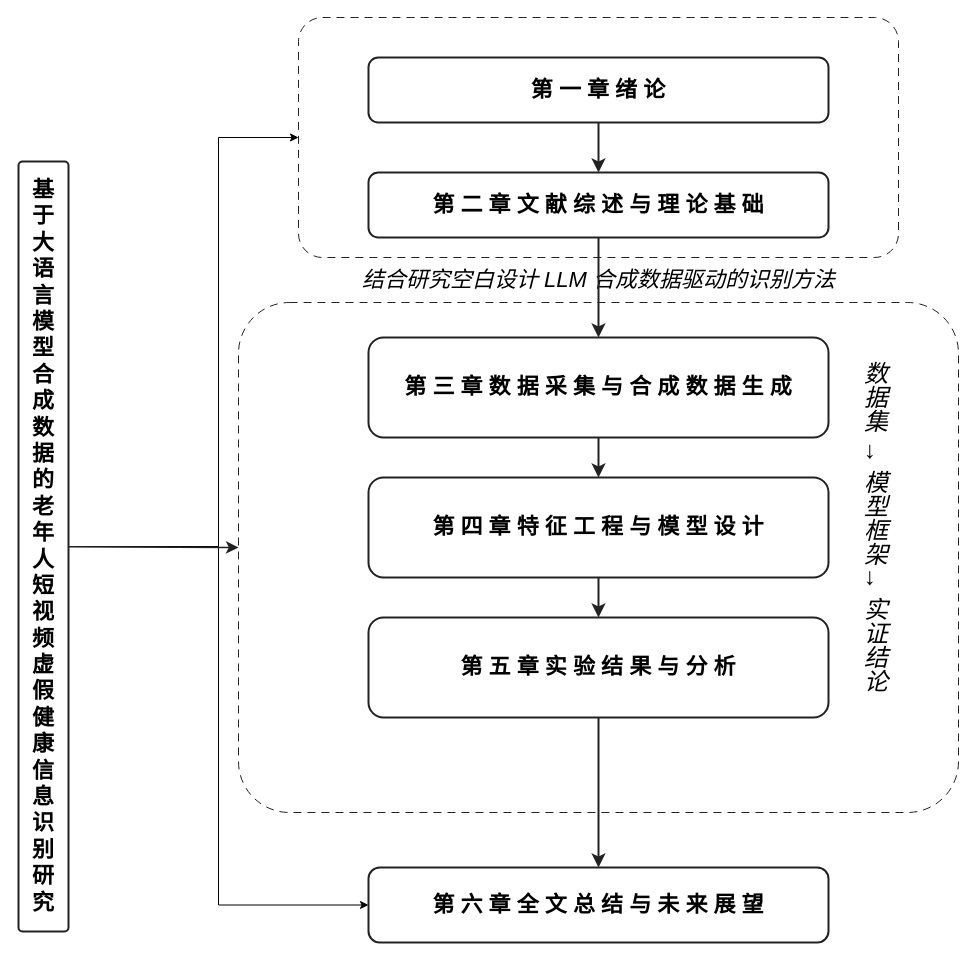
This is 论文章节组织结构图.drawio from few2022/paper-reading, a draw.io file, before an edit. Source tidied: cells renumbered, new cells numbered last; positions are measured from the earlier drawing's top-left corner, leaving out a move shared by most shapes. Both pictures are drawn from the tidied source at 100%, with x=0, y=0 at pixel (18, 17).
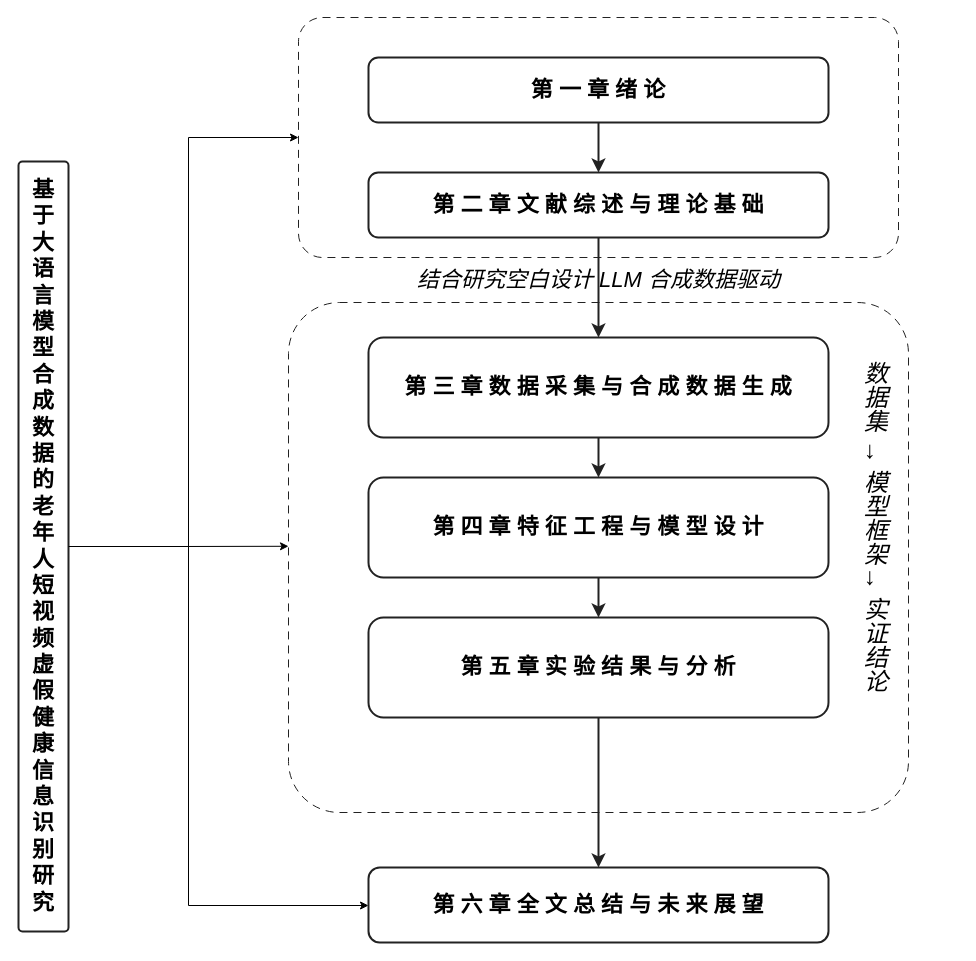
Above is the later version.

Commit message (it also covers changes not shown here):
更新论文章节组织结构图.drawio

The change refers to these unchanged cells:
```xml
<mxCell id="4" value="基 于 大 语 言 模 型 合 成 数 据 的 老 年 人 短 视 频 虚 假 健 康 信 息 识 别 研 究" style="rounded=1;whiteSpace=wrap;html=1;fillColor=#FFFFFF;strokeColor=#222222;fontColor=#000000;fontSize=22;fontStyle=1;align=center;verticalAlign=middle;arcSize=8;strokeWidth=2;" parent="1" vertex="1">
  <mxGeometry y="144" width="50" height="770" as="geometry" />
</mxCell>
<mxCell id="16" value="第 六 章   全 文 总 结 与 未 来 展 望" style="rounded=1;whiteSpace=wrap;html=1;fillColor=#FFFFFF;strokeColor=#222222;fontColor=#000000;fontSize=22;fontStyle=1;align=center;verticalAlign=middle;arcSize=15;strokeWidth=2;" parent="1" vertex="1">
  <mxGeometry x="350" y="850" width="460" height="75" as="geometry" />
</mxCell>
<mxCell id="20" style="rounded=1;whiteSpace=wrap;html=1;fillColor=none;strokeColor=#222222;fontColor=#000000;fontSize=22;fontStyle=1;align=left;verticalAlign=top;dashed=1;dashPattern=8 6;arcSize=10;spacingLeft=12;spacingTop=8;" parent="1" vertex="1">
  <mxGeometry x="280" width="600" height="240" as="geometry" />
</mxCell>
```

Diff of the diagram source:
```diff
@@
     <mxCell id="2" style="edgeStyle=orthogonalEdgeStyle;rounded=0;jettySize=auto;html=1;" parent="1" edge="1" source="4" target="16">
-      <mxGeometry relative="1" as="geometry" />
+      <mxGeometry relative="1" as="geometry">
+        <Array as="points">
+          <mxPoint x="170" y="529" />
+          <mxPoint x="170" y="888" />
+        </Array>
+      </mxGeometry>
     </mxCell>
-    <mxCell id="3" style="edgeStyle=orthogonalEdgeStyle;rounded=0;jettySize=auto;html=1;exitX=1;exitY=0.5;exitDx=0;exitDy=0;entryX=0;entryY=0.5;entryDx=0;entryDy=0;" parent="1" edge="1" source="4" target="20">
+    <mxCell id="3" style="edgeStyle=orthogonalEdgeStyle;rounded=0;jettySize=auto;html=1;" parent="1" edge="1" source="4" target="20">
       <mxGeometry relative="1" as="geometry">
         <Array as="points">
-          <mxPoint x="200" y="529" />
-          <mxPoint x="200" y="120" />
+          <mxPoint x="170" y="529" />
+          <mxPoint x="170" y="120" />
         </Array>
       </mxGeometry>
     </mxCell>
@@
-    <mxCell id="8" value="结合研究空白设计  LLM 合成数据驱动的识别方法" style="text;html=1;align=center;fontSize=22;fontColor=#000000;fontStyle=2;" parent="1" vertex="1">
+    <mxCell id="8" value="结合研究空白设计  LLM 合成数据驱动" style="text;html=1;align=center;fontSize=22;fontColor=#000000;fontStyle=2;" parent="1" vertex="1">
       <mxGeometry x="350" y="243" width="460" height="28" as="geometry" />
     </mxCell>
     <mxCell id="9" style="rounded=1;whiteSpace=wrap;html=1;fillColor=none;strokeColor=#222222;fontColor=#000000;fontSize=22;fontStyle=1;align=left;verticalAlign=top;dashed=1;dashPattern=8 6;arcSize=10;spacingLeft=12;spacingTop=8;" parent="1" vertex="1">
-      <mxGeometry x="220" y="285" width="720" height="510" as="geometry" />
+      <mxGeometry x="270" y="285" width="620" height="510" as="geometry" />
     </mxCell>
@@
-    <mxCell id="18" style="endArrow=classic;html=1;rounded=0;strokeColor=#222222;strokeWidth=1.5;endSize=8;fontSize=22;" parent="1" edge="1" source="4">
-      <mxGeometry relative="1" as="geometry">
-        <mxPoint x="220" y="530" as="targetPoint" />
-      </mxGeometry>
-    </mxCell>
@@
+    <mxCell id="21" style="edgeStyle=orthogonalEdgeStyle;rounded=0;jettySize=auto;html=1;entryX=0;entryY=0.478;entryDx=0;entryDy=0;entryPerimeter=0;" parent="1" edge="1" source="4" target="9">
+      <mxGeometry relative="1" as="geometry" />
+    </mxCell>
```
